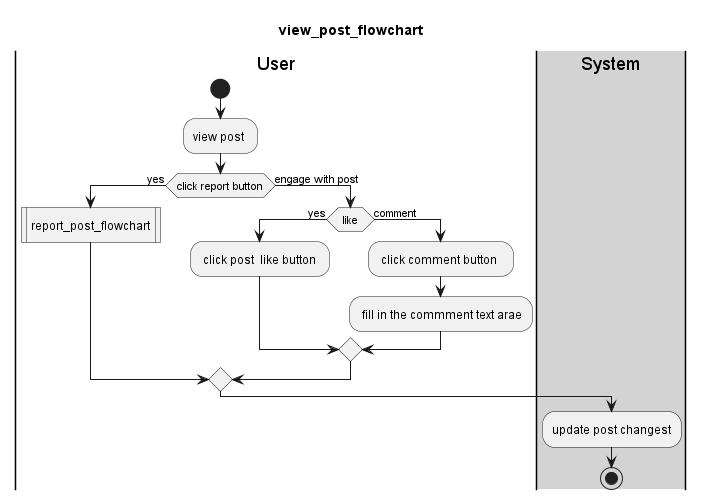
Above: out/Diagram/flowchart/post/view_post_flowchart/view_post_flowchart.png in KTPx4/Social_Media (PlantUML), before the change. Its diagram source:
```plantuml
@startuml
title view_post_flowchart
|User|
start
:view post ;
if (click report button)  then  (yes)
:report_post_flowchart|
else(engage with post)
if(like) then (yes)
: click post  like button ;
else(comment)
: click comment button  ;
: fill in the commment text arae;
endif
endif
|#lightgray|System|
:update post changest;
stop
@enduml
```
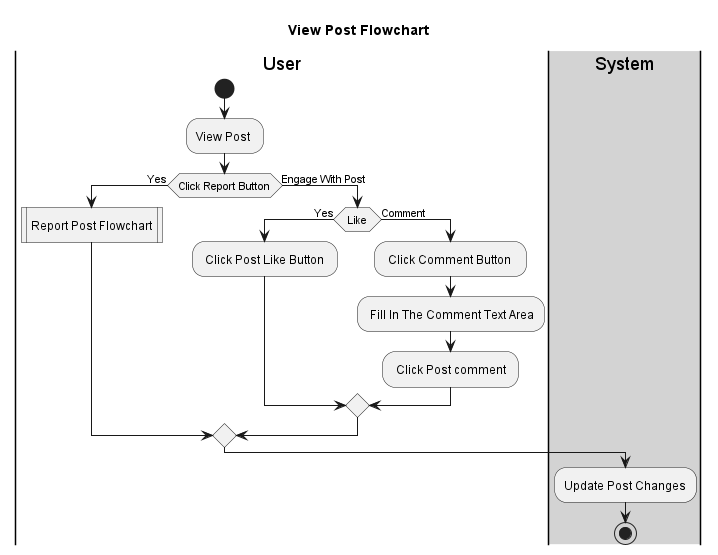
Above is the later version.

Change to the diagram source:
```diff
@@ -1,19 +1,20 @@
 @startuml
-title view_post_flowchart
+title View Post Flowchart
 |User|
 start
-:view post ;
-if (click report button)  then  (yes)
-:report_post_flowchart|
-else(engage with post)
-if(like) then (yes)
-: click post  like button ;
-else(comment)
-: click comment button  ;
-: fill in the commment text arae;
-endif
+:View Post ;
+if (Click Report Button)  then  (Yes)
+:Report Post Flowchart|
+else(Engage With Post)
+    if(Like) then (Yes)
+    : Click Post Like Button ;
+    else(Comment)
+    : Click Comment Button  ;
+    : Fill In The Comment Text Area;
+    : Click Post comment ;
+    endif
 endif
 |#lightgray|System|
-:update post changest;
+:Update Post Changes;
 stop
 @enduml
```
